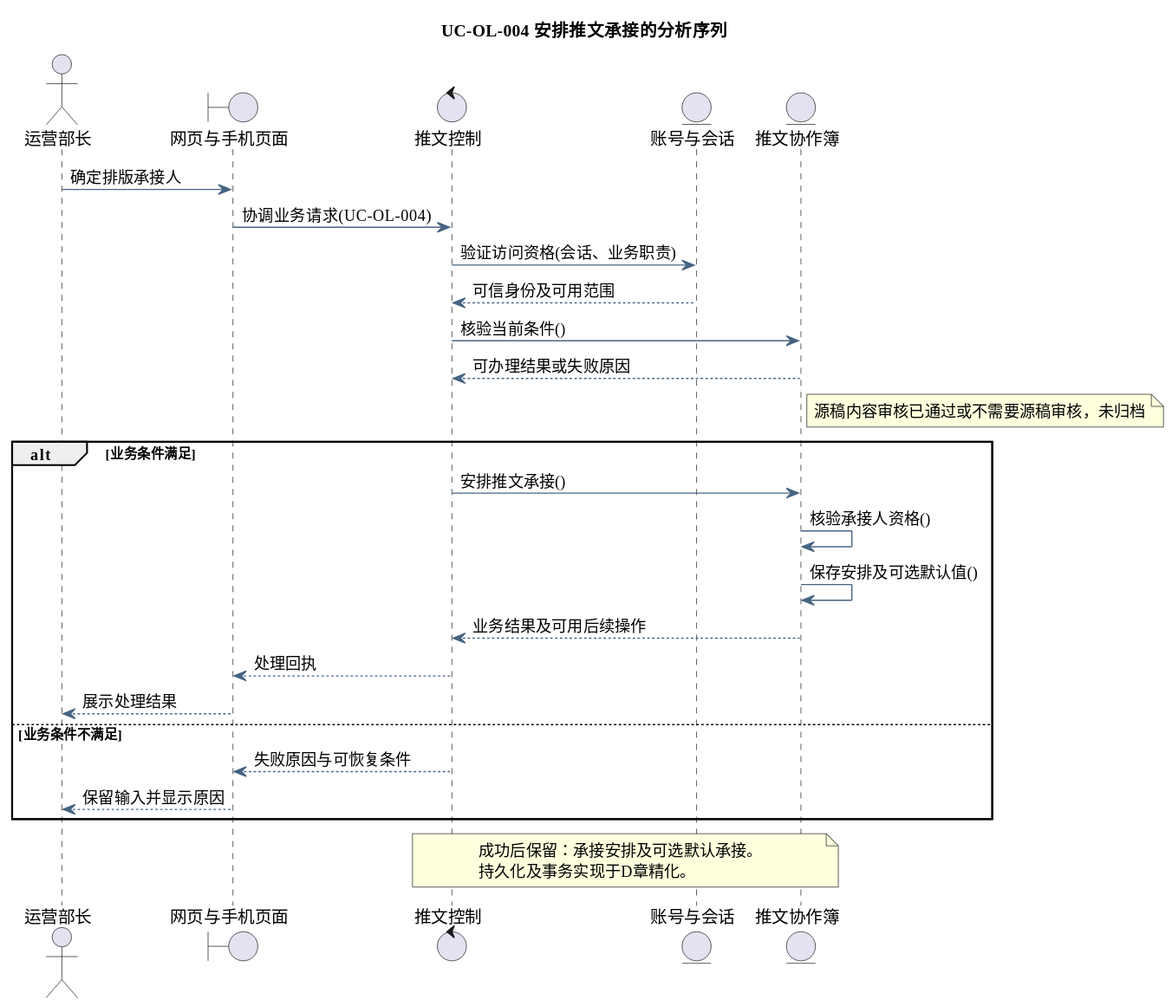
tccc1csu/miniprogram-csu keeps this PlantUML diagram as docs/diagrams/analysis/seq-uc-ol-004.svg. Above is the earlier version.
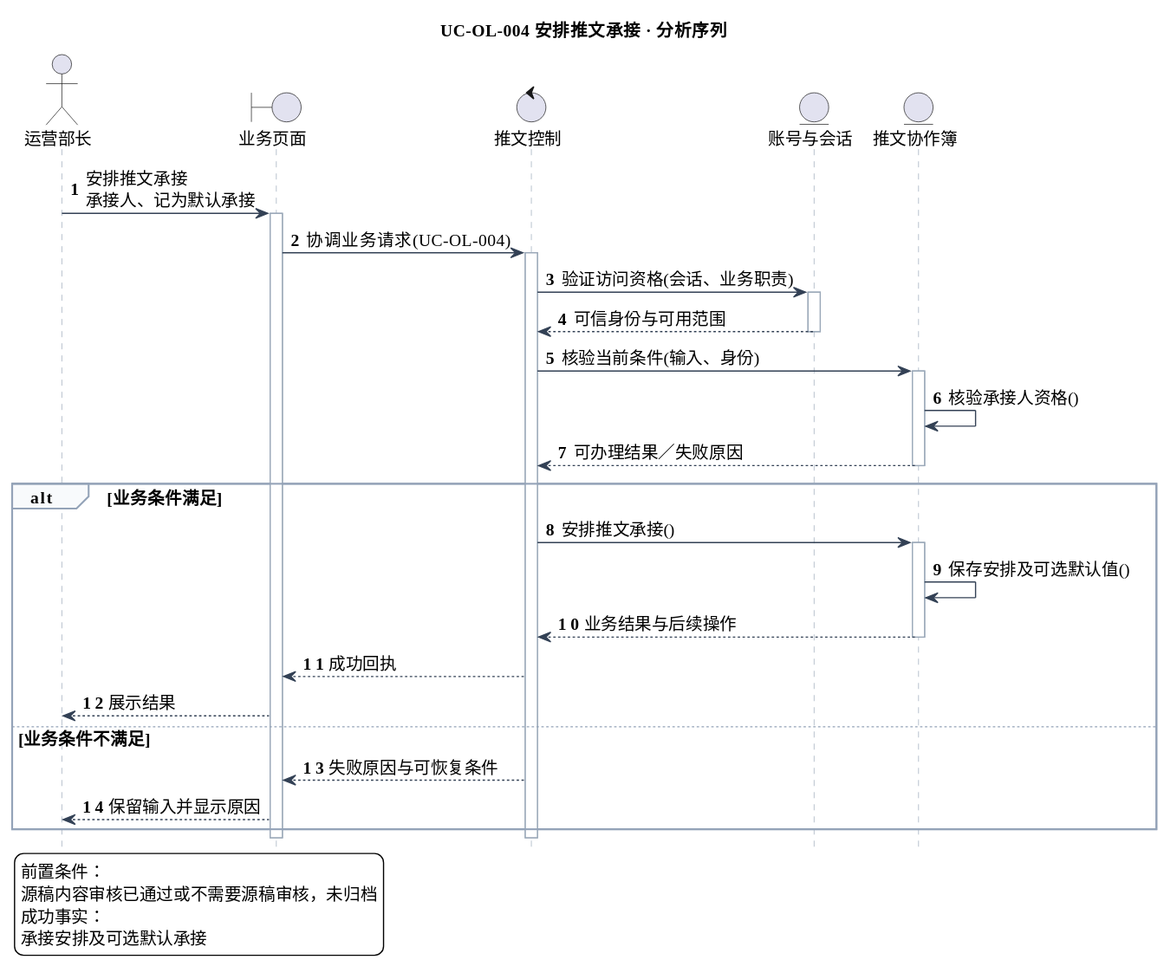
After the change.

The edit, as a diff of the source:
```diff
@@ -5,34 +5,52 @@
 skinparam ArrowColor #466482
 skinparam classAttributeIconSize 0
 hide empty members
-title UC-OL-004 安排推文承接的分析序列
+skinparam defaultFontSize 14
+skinparam sequenceLifeLineBorderColor #9AA8B8
+skinparam sequenceArrowColor #334155
+skinparam sequenceGroupBorderColor #94A3B8
+skinparam sequenceGroupBackgroundColor #F8FAFC
+skinparam sequenceParticipantPadding 18
+skinparam maxMessageSize 240
+hide footbox
+autonumber
+title UC-OL-004 安排推文承接 · 分析序列
 actor "运营部长" as actor
-boundary "网页与手机页面" as page
+boundary "业务页面" as page
 control "推文控制" as ctl
 entity "账号与会话" as identity
 entity "推文协作簿" as model
-actor -> page : 确定排版承接人
+actor -> page : 安排推文承接\n承接人、记为默认承接
+activate page
 page -> ctl : 协调业务请求(UC-OL-004)
+activate ctl
 ctl -> identity : 验证访问资格(会话、业务职责)
-identity --> ctl : 可信身份及可用范围
-ctl -> model : 核验当前条件()
-model --> ctl : 可办理结果或失败原因
-note right of model
-源稿内容审核已通过或不需要源稿审核，未归档
-end note
+activate identity
+identity --> ctl : 可信身份与可用范围
+deactivate identity
+ctl -> model : 核验当前条件(输入、身份)
+activate model
+model -> model : 核验承接人资格()
+model --> ctl : 可办理结果／失败原因
+deactivate model
 alt 业务条件满足
 ctl -> model : 安排推文承接()
-model -> model : 核验承接人资格()
+activate model
 model -> model : 保存安排及可选默认值()
-model --> ctl : 业务结果及可用后续操作
-ctl --> page : 处理回执
-page --> actor : 展示处理结果
+model --> ctl : 业务结果与后续操作
+deactivate model
+ctl --> page : 成功回执
+page --> actor : 展示结果
 else 业务条件不满足
 ctl --> page : 失败原因与可恢复条件
 page --> actor : 保留输入并显示原因
 end
-note over ctl,model
-成功后保留：承接安排及可选默认承接。
-持久化及事务实现于D章精化。
-end note
+deactivate ctl
+deactivate page
+legend bottom left
+前置条件：
+源稿内容审核已通过或不需要源稿审核，未归档
+成功事实：
+承接安排及可选默认承接
+endlegend
 @enduml
```
